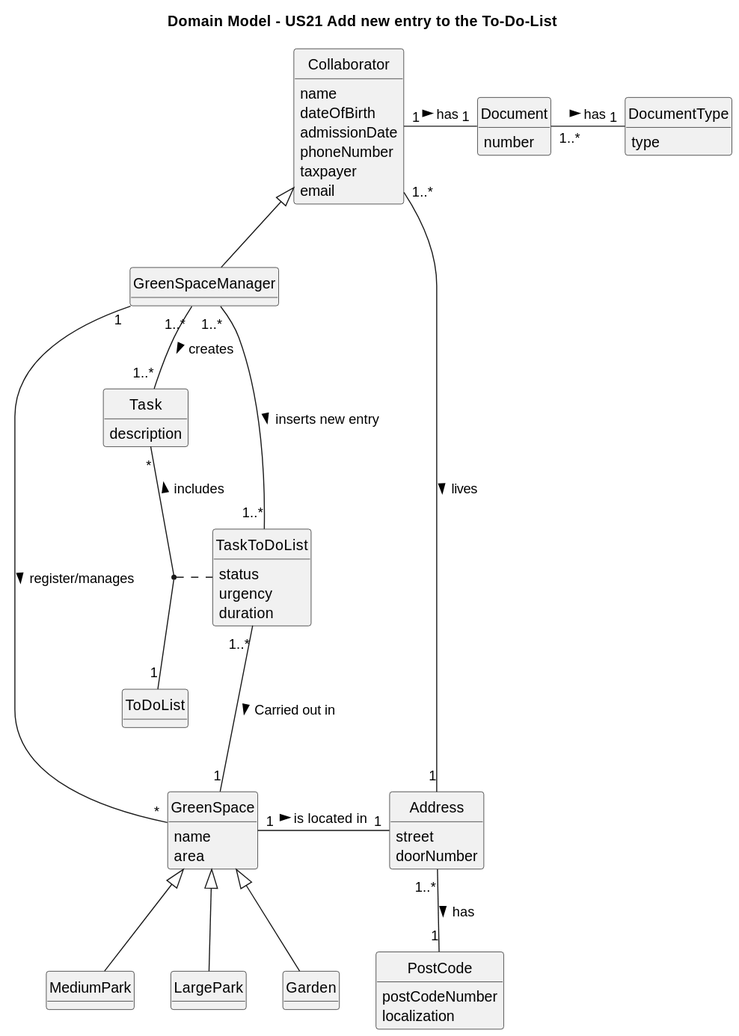
The PlantUML diagram docs/sprint3/us21/02.analysis/svg/us21-domain-model.svg in Departamento-de-Engenharia-Informatica/lei-24-s2-1db-g022, before a commit.
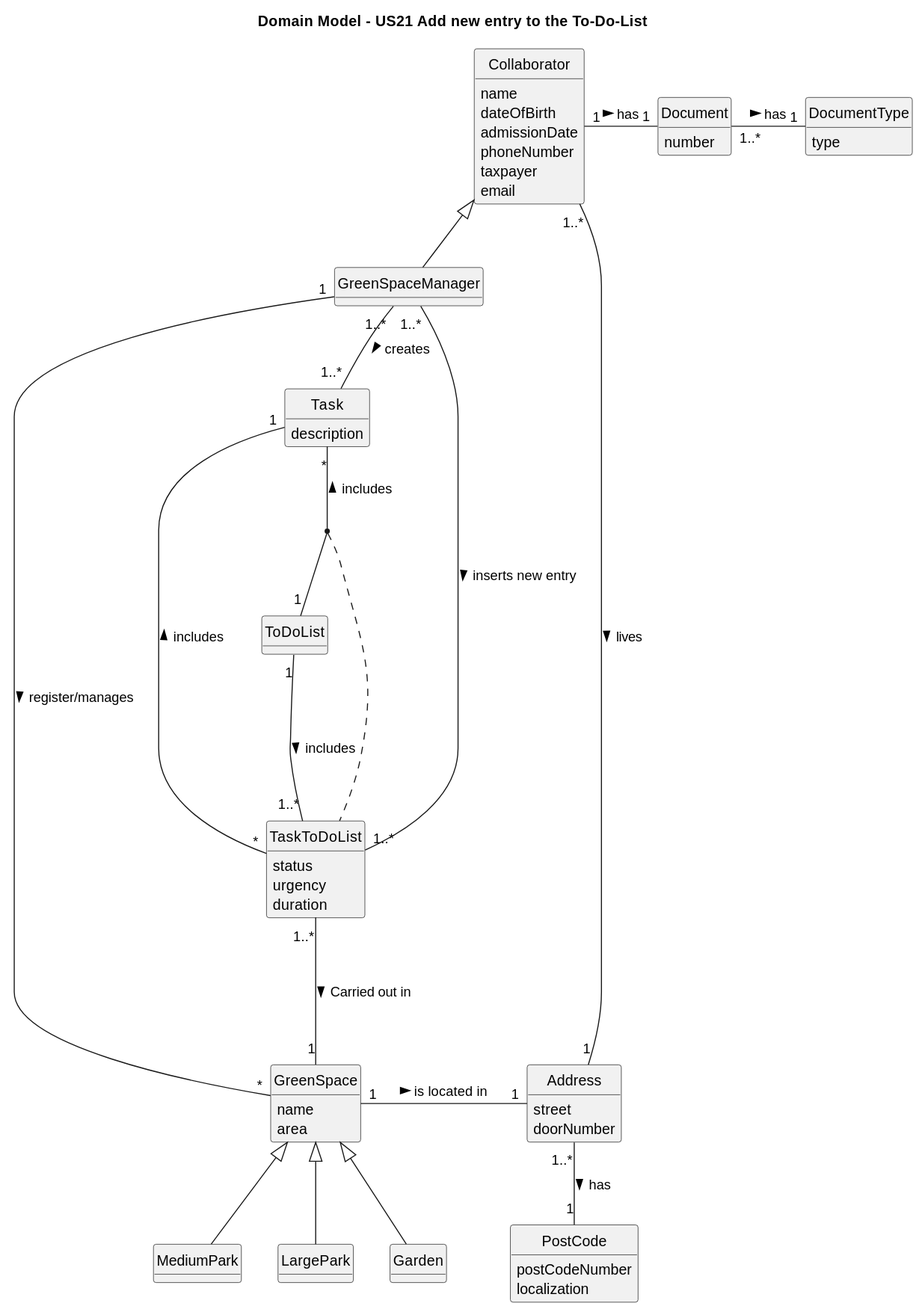
The same diagram one commit later.

Change to the diagram source:
```diff
@@ -83,7 +83,10 @@
 Document "1..*" - "1" DocumentType : has >
 
 Task "*" -- "1" ToDoList : includes <
+Task "1" -- "*" TaskToDoList : includes <
 (Task,ToDoList) .. TaskToDoList
 
 TaskToDoList "1..*" --- "1" GreenSpace :  Carried out in  >
+
+ToDoList "1" --- "1..*" TaskToDoList : includes >
 @enduml
```
